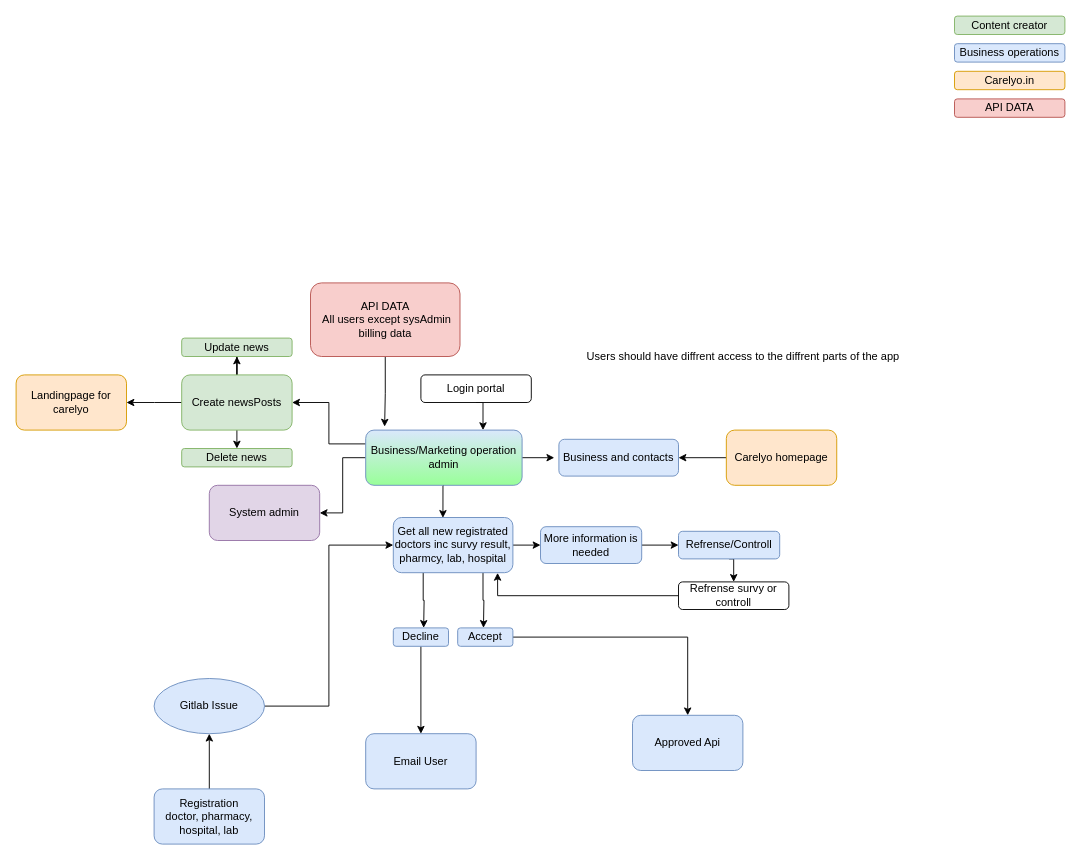
devopsw18/docs keeps this draw.io diagram as page "Business Administration" (3 of 10) of docs/gettingstarted/flowchat/carelyoflowchat.drawio. Above is the earlier version. Source tidied: cells renumbered, new cells numbered last; positions are measured from the earlier drawing's top-left corner, leaving out a move shared by most shapes. Both pictures are drawn from the tidied source at 92%, with x=0, y=0 at pixel (16, 16).
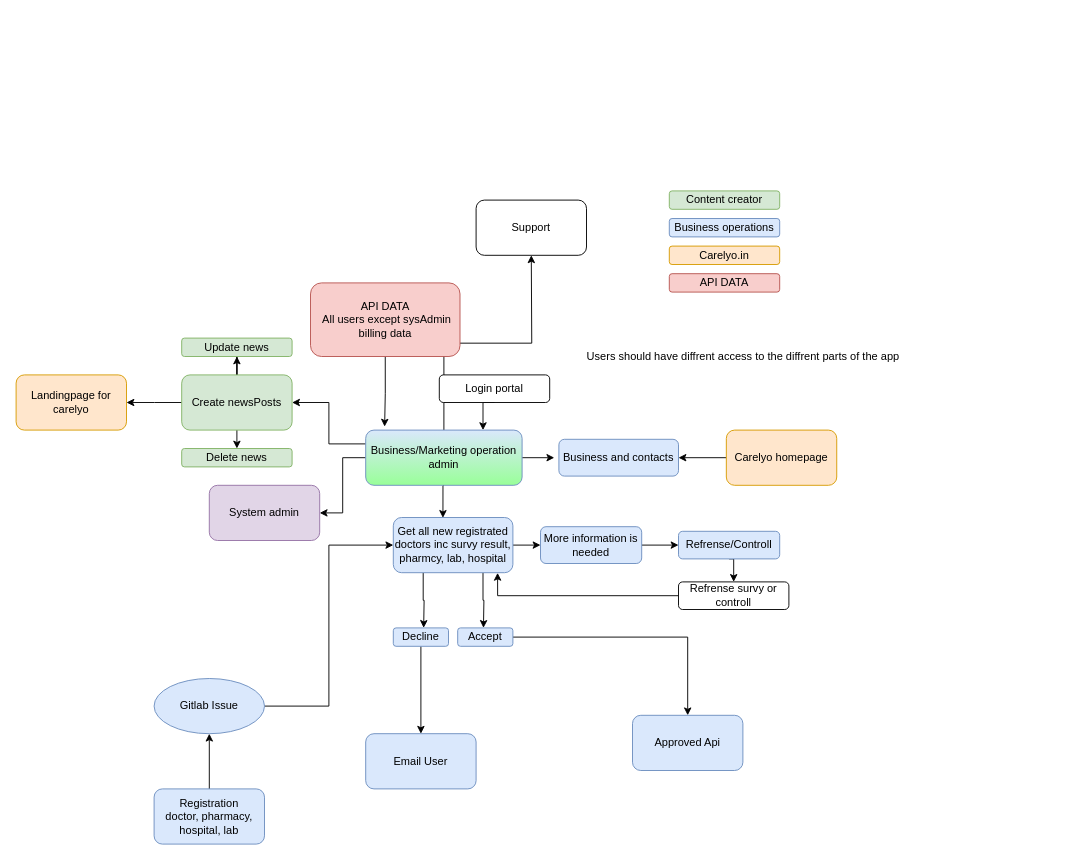
The same page after the edit.

Unchanged cells that the change refers to:
```xml
<mxCell id="22" value="Business/Marketing&amp;nbsp;operation admin" style="rounded=1;whiteSpace=wrap;html=1;fillColor=#dae8fc;strokeColor=#6c8ebf;gradientColor=#99FF99;" parent="1" vertex="1">
  <mxGeometry x="380" y="450" width="170" height="60" as="geometry" />
</mxCell>
```

Diff of the diagram source:
```diff
@@
     <mxCell id="12" value="Carelyo.in" style="rounded=1;whiteSpace=wrap;html=1;fillColor=#ffe6cc;strokeColor=#d79b00;" parent="1" vertex="1">
-      <mxGeometry x="1020" y="60" width="120" height="20" as="geometry" />
+      <mxGeometry x="710" y="250" width="120" height="20" as="geometry" />
     </mxCell>
     <mxCell id="13" value="API DATA" style="rounded=1;whiteSpace=wrap;html=1;fillColor=#f8cecc;strokeColor=#b85450;" parent="1" vertex="1">
-      <mxGeometry x="1020" y="90" width="120" height="20" as="geometry" />
+      <mxGeometry x="710" y="280" width="120" height="20" as="geometry" />
     </mxCell>
@@
+    <mxCell id="47" style="edgeStyle=orthogonalEdgeStyle;rounded=0;jettySize=auto;html=1;exitX=0.5;exitY=0;exitDx=0;exitDy=0;" parent="1" edge="1" source="22">
+      <mxGeometry relative="1" as="geometry">
+        <mxPoint x="560" y="260" as="targetPoint" />
+      </mxGeometry>
+    </mxCell>
@@
     <mxCell id="28" value="Business operations" style="rounded=1;whiteSpace=wrap;html=1;fillColor=#dae8fc;strokeColor=#6c8ebf;" parent="1" vertex="1">
-      <mxGeometry x="1020" y="30" width="120" height="20" as="geometry" />
+      <mxGeometry x="710" y="220" width="120" height="20" as="geometry" />
     </mxCell>
@@
     <mxCell id="36" value="Content creator" style="whiteSpace=wrap;html=1;fillColor=#d5e8d4;strokeColor=#82b366;rounded=1;" parent="1" vertex="1">
-      <mxGeometry x="1020" width="120" height="20" as="geometry" />
+      <mxGeometry x="710" y="190" width="120" height="20" as="geometry" />
     </mxCell>
@@
     <mxCell id="40" value="Login portal" style="rounded=1;whiteSpace=wrap;html=1;" parent="1" vertex="1">
-      <mxGeometry x="440" y="390" width="120" height="30" as="geometry" />
+      <mxGeometry x="460" y="390" width="120" height="30" as="geometry" />
     </mxCell>
@@
+    <mxCell id="48" value="Support" style="rounded=1;whiteSpace=wrap;html=1;gradientColor=none;" parent="1" vertex="1">
+      <mxGeometry x="500" y="200" width="120" height="60" as="geometry" />
+    </mxCell>
```
